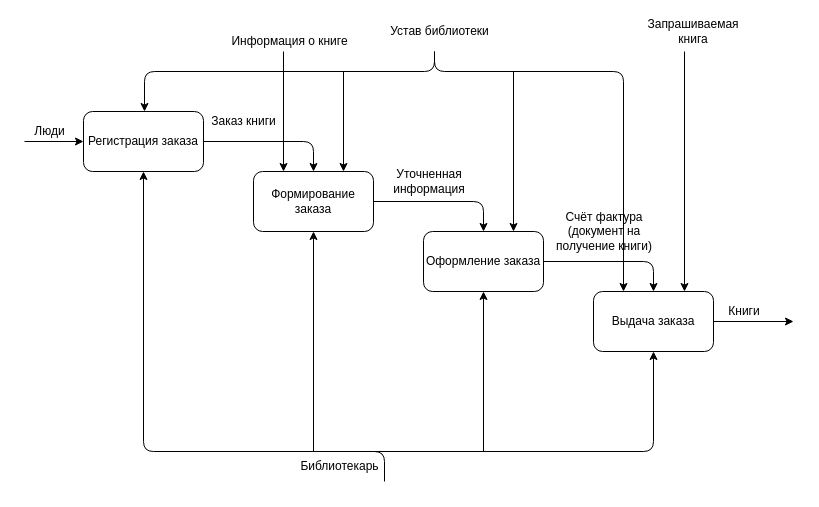
This is Untitled Diagram.drawio from Limonka-li/Hello-world, a draw.io file, before an edit. Source tidied: cells renumbered, new cells numbered last; positions are measured from the earlier drawing's top-left corner, leaving out a move shared by most shapes. Both pictures are drawn from the tidied source at 100%, with x=0, y=0 at pixel (24, 21).
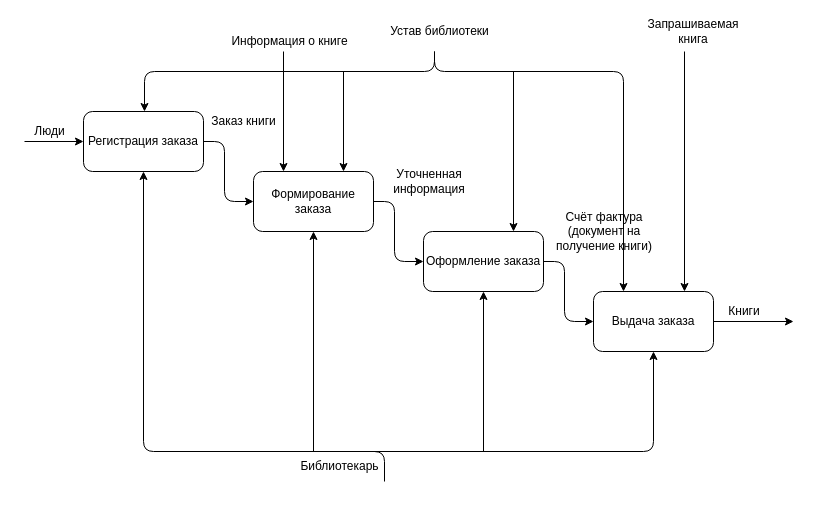
The same diagram, later.

Unchanged cells that the change refers to:
```xml
<mxCell id="2" value="Регистрация заказа" style="rounded=1;whiteSpace=wrap;html=1;" parent="1" vertex="1">
  <mxGeometry x="59" y="90" width="120" height="60" as="geometry" />
</mxCell>
<mxCell id="3" value="Формирование заказа" style="rounded=1;whiteSpace=wrap;html=1;" parent="1" vertex="1">
  <mxGeometry x="229" y="150" width="120" height="60" as="geometry" />
</mxCell>
<mxCell id="4" value="Оформление заказа" style="rounded=1;whiteSpace=wrap;html=1;" parent="1" vertex="1">
  <mxGeometry x="399" y="210" width="120" height="60" as="geometry" />
</mxCell>
<mxCell id="5" value="Выдача заказа" style="rounded=1;whiteSpace=wrap;html=1;" parent="1" vertex="1">
  <mxGeometry x="569" y="270" width="120" height="60" as="geometry" />
</mxCell>
```

Change to the diagram source:
```diff
@@
-    <mxCell id="6" style="endArrow=classic;html=1;exitX=1;exitY=0.5;exitDx=0;exitDy=0;entryX=0.5;entryY=0;entryDx=0;entryDy=0;" parent="1" edge="1" source="2" target="3">
+    <mxCell id="6" style="endArrow=classic;html=1;exitX=1;exitY=0.5;exitDx=0;exitDy=0;entryX=0;entryY=0.5;entryDx=0;entryDy=0;" parent="1" edge="1" source="2" target="3">
       <mxGeometry relative="1" as="geometry">
         <Array as="points">
-          <mxPoint x="289" y="120" />
+          <mxPoint x="200" y="120" />
+          <mxPoint x="200" y="180" />
         </Array>
       </mxGeometry>
     </mxCell>
-    <mxCell id="7" style="endArrow=classic;html=1;exitX=1;exitY=0.5;exitDx=0;exitDy=0;entryX=0.5;entryY=0;entryDx=0;entryDy=0;" parent="1" edge="1">
+    <mxCell id="7" style="endArrow=classic;html=1;exitX=1;exitY=0.5;exitDx=0;exitDy=0;entryX=0;entryY=0.5;entryDx=0;entryDy=0;" parent="1" edge="1" target="4">
       <mxGeometry relative="1" as="geometry">
         <mxPoint x="349" y="180" as="sourcePoint" />
-        <mxPoint x="459" y="210" as="targetPoint" />
         <Array as="points">
-          <mxPoint x="459" y="180" />
+          <mxPoint x="370" y="180" />
+          <mxPoint x="370" y="240" />
         </Array>
       </mxGeometry>
     </mxCell>
-    <mxCell id="8" style="endArrow=classic;html=1;exitX=1;exitY=0.5;exitDx=0;exitDy=0;entryX=0.5;entryY=0;entryDx=0;entryDy=0;" parent="1" edge="1">
+    <mxCell id="8" style="endArrow=classic;html=1;exitX=1;exitY=0.5;exitDx=0;exitDy=0;entryX=0;entryY=0.5;entryDx=0;entryDy=0;" parent="1" edge="1" target="5">
       <mxGeometry relative="1" as="geometry">
         <mxPoint x="519" y="240" as="sourcePoint" />
-        <mxPoint x="629" y="270" as="targetPoint" />
         <Array as="points">
-          <mxPoint x="629" y="240" />
+          <mxPoint x="540" y="240" />
+          <mxPoint x="540" y="300" />
         </Array>
       </mxGeometry>
     </mxCell>
```
